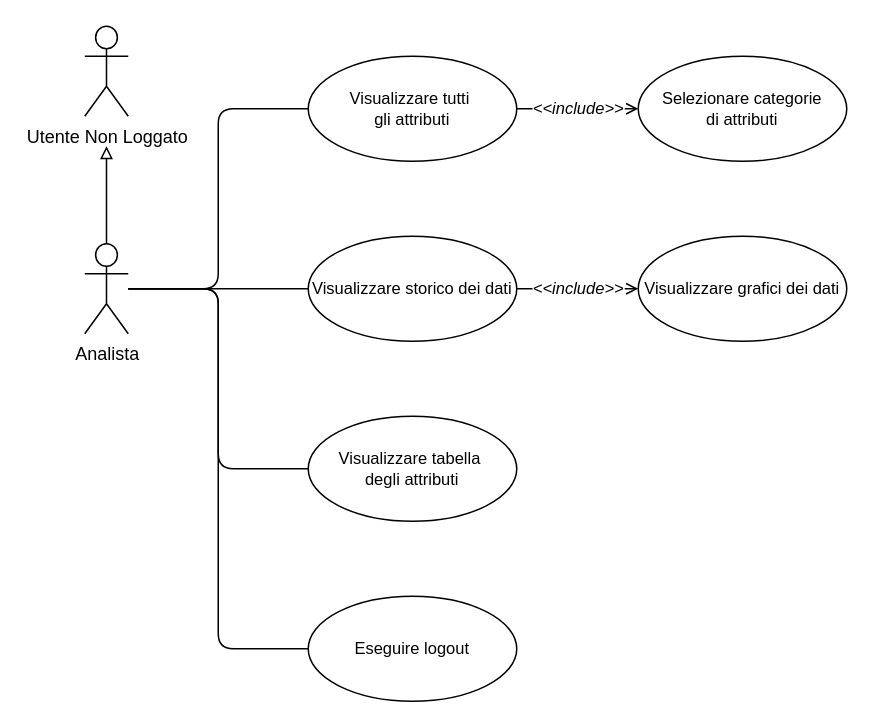
Above: page "analista" (6 of 6) of deliverable/images/UseCase_diagrams/UseCase.drawio in lucafano04/progettoIngenieriaSoftware (draw.io), before the change. Source tidied: cells renumbered, new cells numbered last; positions are measured from the earlier drawing's top-left corner, leaving out a move shared by most shapes. Both pictures are drawn from the tidied source at 150%, with x=0, y=0 at pixel (84, 26).
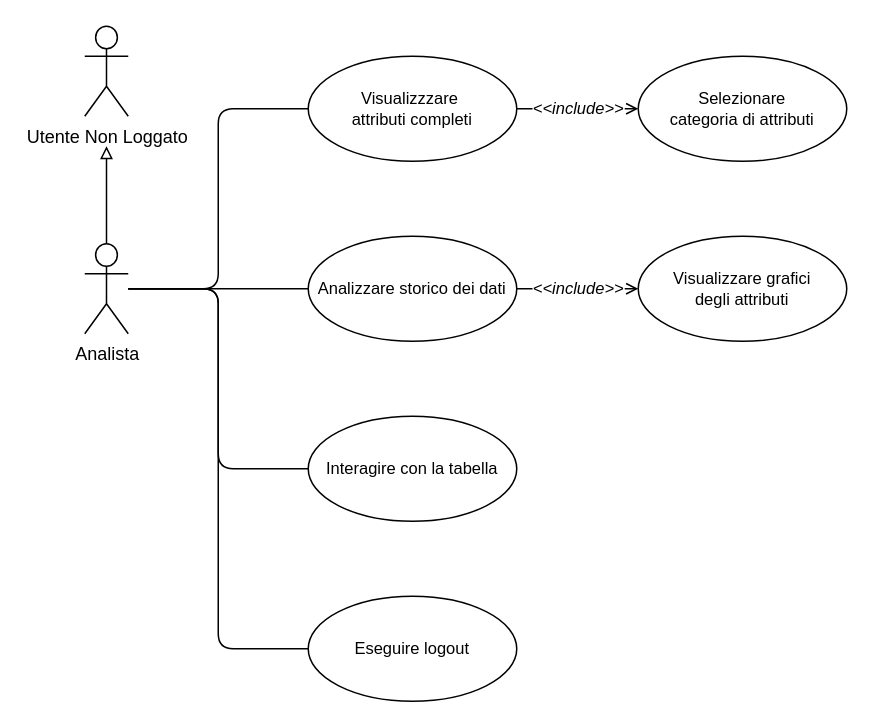
After the change.

What changed in the source:
```diff
@@
 <mxGraphModel background="#FFFFFF">
   <root>
     <mxCell id="0" />
     <mxCell id="1" parent="0" />
     <mxCell id="2" style="edgeStyle=orthogonalEdgeStyle;shape=connector;curved=0;rounded=1;jettySize=auto;html=1;entryX=0;entryY=0.5;entryDx=0;entryDy=0;strokeColor=default;align=center;verticalAlign=middle;fontFamily=Helvetica;fontSize=11;fontColor=default;labelBackgroundColor=default;endArrow=none;endFill=0;" parent="1" edge="1" source="7" target="9">
       <mxGeometry relative="1" as="geometry" />
     </mxCell>
     <mxCell id="3" style="edgeStyle=orthogonalEdgeStyle;rounded=0;jettySize=auto;html=1;endArrow=block;endFill=0;" parent="1" edge="1" source="7">
       <mxGeometry relative="1" as="geometry">
         <mxPoint x="14.5" y="80" as="targetPoint" />
       </mxGeometry>
     </mxCell>
     <mxCell id="4" style="edgeStyle=orthogonalEdgeStyle;rounded=1;jettySize=auto;html=1;entryX=0;entryY=0.5;entryDx=0;entryDy=0;curved=0;endArrow=none;endFill=0;" parent="1" edge="1" source="7" target="11">
       <mxGeometry relative="1" as="geometry" />
     </mxCell>
     <mxCell id="5" style="edgeStyle=orthogonalEdgeStyle;shape=connector;curved=0;rounded=1;jettySize=auto;html=1;entryX=0;entryY=0.5;entryDx=0;entryDy=0;strokeColor=default;align=center;verticalAlign=middle;fontFamily=Helvetica;fontSize=11;fontColor=default;labelBackgroundColor=default;endArrow=none;endFill=0;" parent="1" edge="1" source="7" target="15">
       <mxGeometry relative="1" as="geometry" />
     </mxCell>
     <mxCell id="6" style="edgeStyle=orthogonalEdgeStyle;shape=connector;curved=0;rounded=1;jettySize=auto;html=1;entryX=0;entryY=0.5;entryDx=0;entryDy=0;strokeColor=default;align=center;verticalAlign=middle;fontFamily=Helvetica;fontSize=11;fontColor=default;labelBackgroundColor=default;endArrow=none;endFill=0;" parent="1" edge="1" source="7" target="13">
       <mxGeometry relative="1" as="geometry" />
     </mxCell>
     <mxCell id="7" value="Analista" style="shape=umlActor;verticalLabelPosition=bottom;verticalAlign=top;html=1;outlineConnect=0;" parent="1" vertex="1">
       <mxGeometry y="145" width="29" height="60" as="geometry" />
     </mxCell>
     <mxCell id="8" value="&amp;lt;&amp;lt;include&amp;gt;&amp;gt;" style="edgeStyle=orthogonalEdgeStyle;shape=connector;curved=0;rounded=1;jettySize=auto;html=1;entryX=0;entryY=0.5;entryDx=0;entryDy=0;strokeColor=default;align=center;verticalAlign=middle;fontFamily=Helvetica;fontSize=11;fontColor=default;labelBackgroundColor=default;endArrow=open;endFill=0;dashed=1;dashPattern=12 12;fontStyle=2;" parent="1" edge="1" source="9" target="10">
       <mxGeometry relative="1" as="geometry" />
     </mxCell>
-    <mxCell id="9" value="Visualizzare storico dei dati" style="ellipse;whiteSpace=wrap;html=1;fontFamily=Helvetica;fontSize=11;fontColor=default;labelBackgroundColor=default;" parent="1" vertex="1">
+    <mxCell id="9" value="Analizzare storico dei dati" style="ellipse;whiteSpace=wrap;html=1;fontFamily=Helvetica;fontSize=11;fontColor=default;labelBackgroundColor=default;" parent="1" vertex="1">
       <mxGeometry x="149" y="140" width="139" height="70" as="geometry" />
     </mxCell>
-    <mxCell id="10" value="Visualizzare grafici dei dati" style="ellipse;whiteSpace=wrap;html=1;fontFamily=Helvetica;fontSize=11;fontColor=default;labelBackgroundColor=default;" parent="1" vertex="1">
+    <mxCell id="10" value="Visualizzare&lt;span style=&quot;background-color: light-dark(#ffffff, var(--ge-dark-color, #121212)); color: light-dark(rgb(0, 0, 0), rgb(255, 255, 255));&quot;&gt;&amp;nbsp;grafici&lt;/span&gt;&lt;div&gt;&lt;div&gt;degli attributi&lt;/div&gt;&lt;/div&gt;" style="ellipse;whiteSpace=wrap;html=1;fontFamily=Helvetica;fontSize=11;fontColor=default;labelBackgroundColor=default;" parent="1" vertex="1">
       <mxGeometry x="369" y="140" width="139" height="70" as="geometry" />
     </mxCell>
-    <mxCell id="11" value="Visualizzare tabella&amp;nbsp;&lt;div&gt;degli attributi&lt;/div&gt;" style="ellipse;whiteSpace=wrap;html=1;fontFamily=Helvetica;fontSize=11;fontColor=default;labelBackgroundColor=default;" parent="1" vertex="1">
+    <mxCell id="11" value="Interagire con la tabella" style="ellipse;whiteSpace=wrap;html=1;fontFamily=Helvetica;fontSize=11;fontColor=default;labelBackgroundColor=default;" parent="1" vertex="1">
       <mxGeometry x="149" y="260" width="139" height="70" as="geometry" />
     </mxCell>
     <mxCell id="12" value="Utente Non Loggato" style="shape=umlActor;verticalLabelPosition=bottom;verticalAlign=top;html=1;" parent="1" vertex="1">
       <mxGeometry width="29" height="60" as="geometry" />
     </mxCell>
     <mxCell id="13" value="Eseguire logout" style="ellipse;whiteSpace=wrap;html=1;fontFamily=Helvetica;fontSize=11;fontColor=default;labelBackgroundColor=default;" parent="1" vertex="1">
       <mxGeometry x="149" y="380" width="139" height="70" as="geometry" />
     </mxCell>
     <mxCell id="14" value="&amp;lt;&amp;lt;include&amp;gt;&amp;gt;" style="edgeStyle=orthogonalEdgeStyle;shape=connector;curved=0;rounded=1;jettySize=auto;html=1;strokeColor=default;align=center;verticalAlign=middle;fontFamily=Helvetica;fontSize=11;fontColor=default;labelBackgroundColor=default;endArrow=open;endFill=0;fontStyle=2;dashed=1;dashPattern=12 12;" parent="1" edge="1" source="15" target="16">
       <mxGeometry relative="1" as="geometry" />
     </mxCell>
-    <mxCell id="15" value="Visualizzare tutti&amp;nbsp;&lt;div&gt;gli attributi&lt;/div&gt;" style="ellipse;whiteSpace=wrap;html=1;fontFamily=Helvetica;fontSize=11;fontColor=default;labelBackgroundColor=default;" parent="1" vertex="1">
+    <mxCell id="15" value="Visualizzzare&amp;nbsp;&lt;div&gt;attributi completi&lt;/div&gt;" style="ellipse;whiteSpace=wrap;html=1;fontFamily=Helvetica;fontSize=11;fontColor=default;labelBackgroundColor=default;" parent="1" vertex="1">
       <mxGeometry x="149" y="20" width="139" height="70" as="geometry" />
     </mxCell>
-    <mxCell id="16" value="Selezionare categorie&lt;div&gt;di attributi&lt;/div&gt;" style="ellipse;whiteSpace=wrap;html=1;fontFamily=Helvetica;fontSize=11;fontColor=default;labelBackgroundColor=default;" parent="1" vertex="1">
+    <mxCell id="16" value="Selezionare&lt;div&gt;categoria&amp;nbsp;&lt;span style=&quot;background-color: light-dark(#ffffff, var(--ge-dark-color, #121212)); color: light-dark(rgb(0, 0, 0), rgb(255, 255, 255));&quot;&gt;di attributi&lt;/span&gt;&lt;/div&gt;" style="ellipse;whiteSpace=wrap;html=1;fontFamily=Helvetica;fontSize=11;fontColor=default;labelBackgroundColor=default;" parent="1" vertex="1">
       <mxGeometry x="369" y="20" width="139" height="70" as="geometry" />
     </mxCell>
   </root>
 </mxGraphModel>
```
